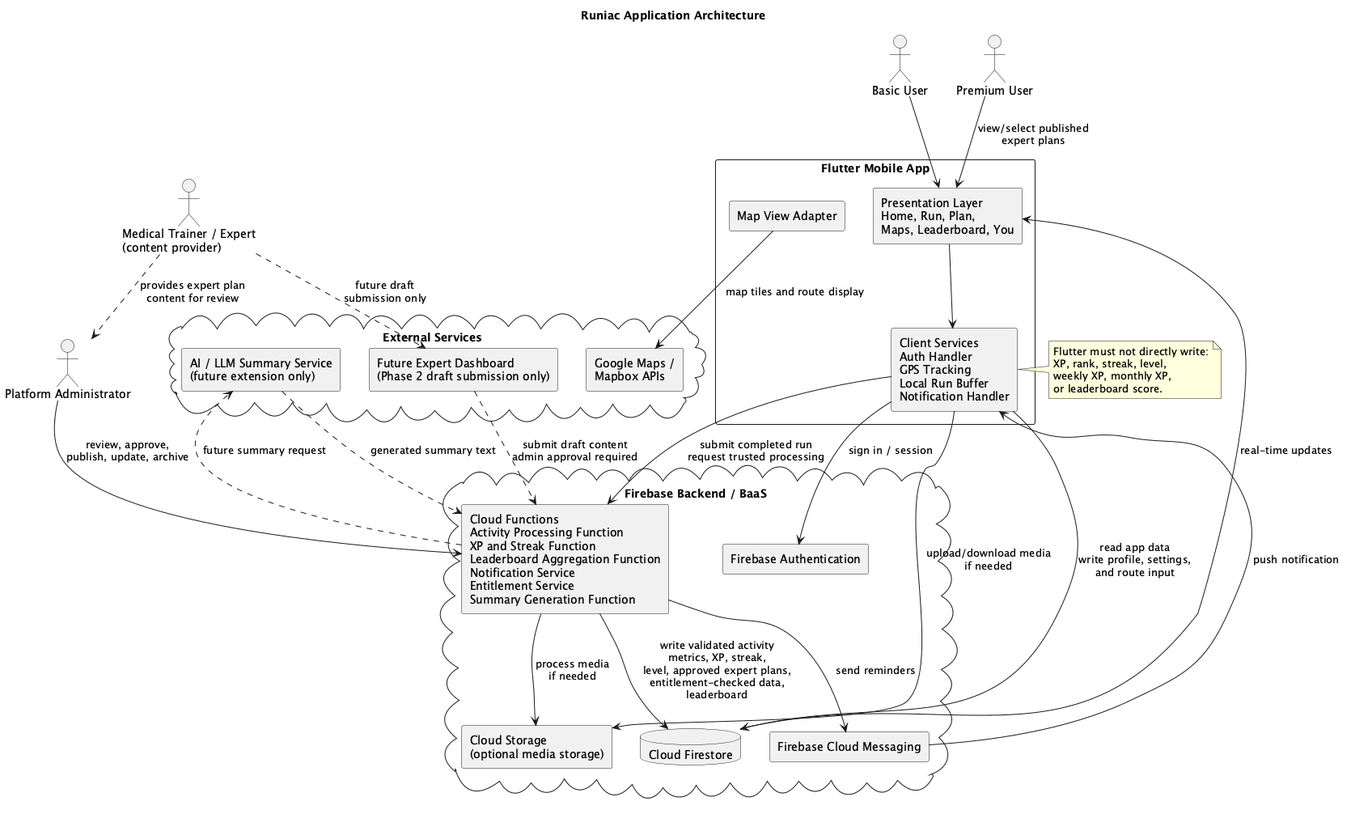
Earlier version of the PlantUML export docs/pdd/diagrams/application-architecture.png (JSL124/Runiac_App).
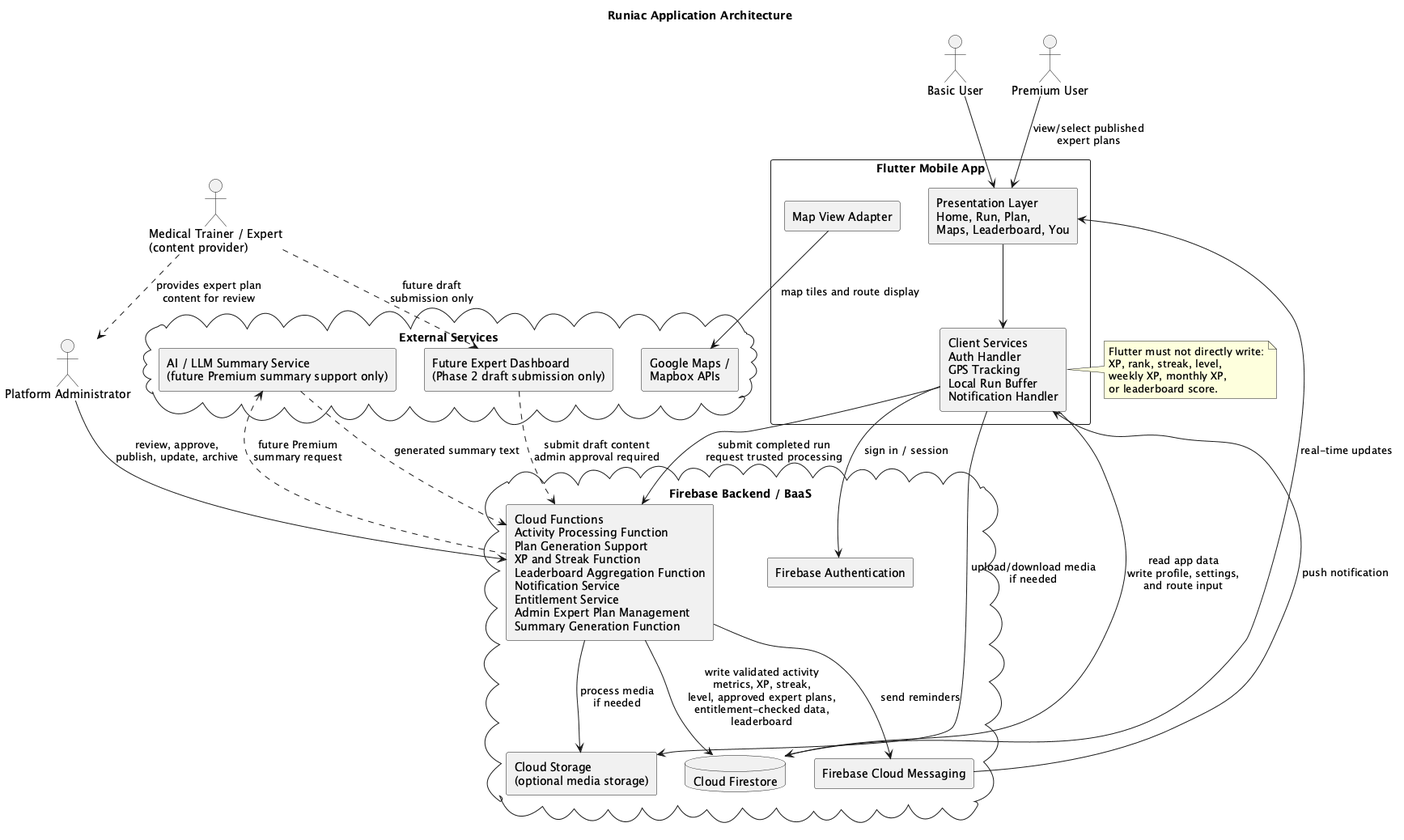
The same diagram one commit later.

Commit message:
docs(diagrams): refresh architecture diagram labels

Diff of the diagram source:
```diff
@@ -18,14 +18,14 @@
 cloud "Firebase Backend / BaaS" as Firebase {
   component "Firebase Authentication" as Auth
   database "Cloud Firestore" as Firestore
-  component "Cloud Functions\nActivity Processing Function\nXP and Streak Function\nLeaderboard Aggregation Function\nNotification Service\nEntitlement Service\nSummary Generation Function" as Functions
+  component "Cloud Functions\nActivity Processing Function\nPlan Generation Support\nXP and Streak Function\nLeaderboard Aggregation Function\nNotification Service\nEntitlement Service\nAdmin Expert Plan Management\nSummary Generation Function" as Functions
   component "Firebase Cloud Messaging" as FCM
   component "Cloud Storage\n(optional media storage)" as Storage
 }
 
 cloud "External Services" as External {
   component "Google Maps /\nMapbox APIs" as Maps
-  component "AI / LLM Summary Service\n(future extension only)" as AI
+  component "AI / LLM Summary Service\n(future Premium summary support only)" as AI
   component "Future Expert Dashboard\n(Phase 2 draft submission only)" as ExpertDash
 }
 
@@ -49,7 +49,7 @@
 Client --> Storage : upload/download media\nif needed
 Functions --> Storage : process media\nif needed
 
-Functions ..> AI : future summary request
+Functions ..> AI : future Premium\nsummary request
 AI ..> Functions : generated summary text
 
 Firestore --> UI : real-time updates
```
